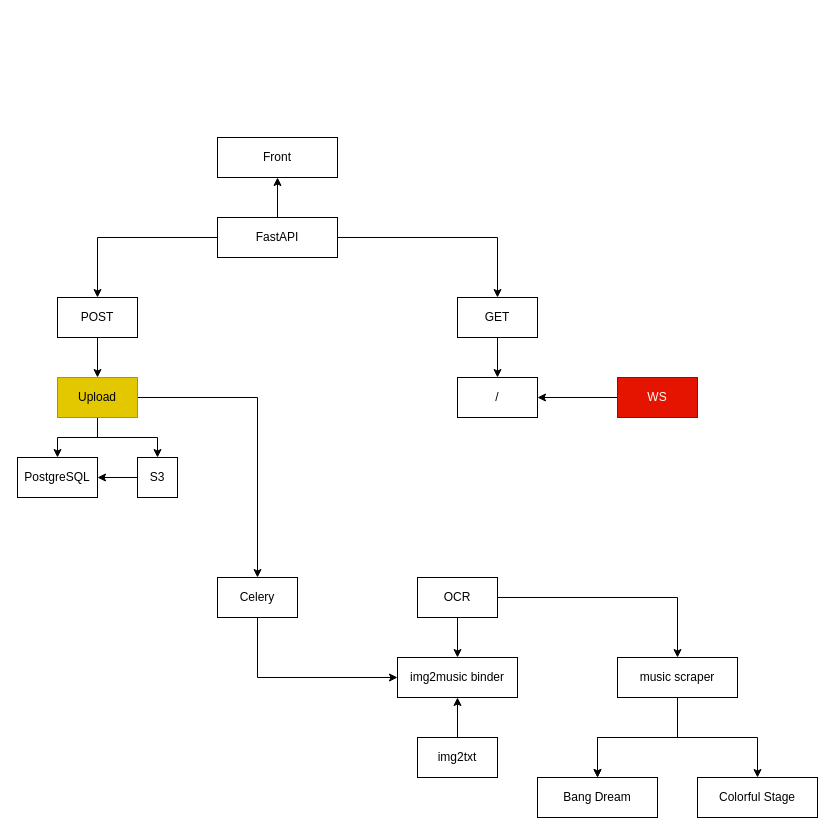
The draw.io diagram page "Overview" (1 of 2) of data/Diagram.drawio in aintp3d0/GameProfile, before the edit. Source tidied: cells renumbered, new cells numbered last; positions are measured from the earlier drawing's top-left corner, leaving out a move shared by most shapes. Both pictures are drawn from the tidied source at 100%, with x=0, y=0 at pixel (17, 137).
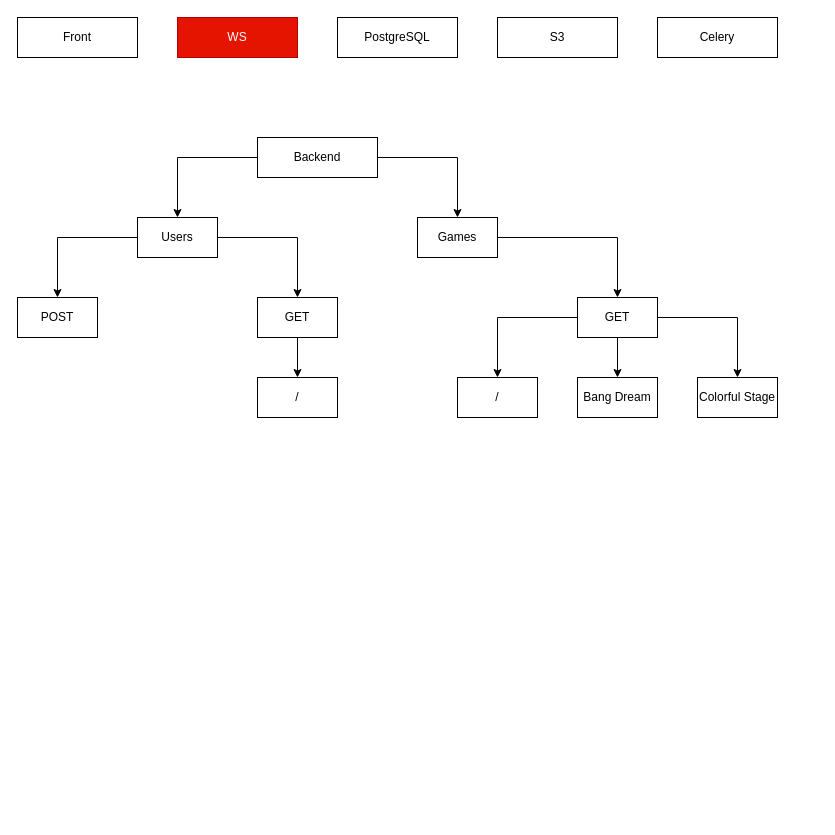
Above is the later version.

The edit, as a diff of the source:
```diff
@@
-    <mxCell id="2" style="edgeStyle=orthogonalEdgeStyle;rounded=0;jettySize=auto;html=1;" parent="1" edge="1" source="5" target="6">
-      <mxGeometry relative="1" as="geometry" />
-    </mxCell>
-    <mxCell id="3" style="edgeStyle=orthogonalEdgeStyle;rounded=0;jettySize=auto;html=1;" parent="1" edge="1" source="5" target="13">
-      <mxGeometry relative="1" as="geometry" />
-    </mxCell>
-    <mxCell id="4" style="edgeStyle=orthogonalEdgeStyle;rounded=0;jettySize=auto;html=1;" parent="1" edge="1" source="5" target="25">
-      <mxGeometry relative="1" as="geometry" />
-    </mxCell>
+    <mxCell id="35" style="edgeStyle=orthogonalEdgeStyle;rounded=0;jettySize=auto;html=1;" parent="1" edge="1" source="5" target="41">
+      <mxGeometry relative="1" as="geometry" />
+    </mxCell>
+    <mxCell id="36" style="edgeStyle=orthogonalEdgeStyle;rounded=0;jettySize=auto;html=1;" parent="1" edge="1" source="5" target="38">
+      <mxGeometry relative="1" as="geometry" />
+    </mxCell>
-    <mxCell id="5" value="FastAPI" style="rounded=0;whiteSpace=wrap;html=1;" parent="1" vertex="1">
-      <mxGeometry x="200" y="80" width="120" height="40" as="geometry" />
+    <mxCell id="5" value="&lt;div&gt;Backend&lt;/div&gt;" style="rounded=0;whiteSpace=wrap;html=1;" parent="1" vertex="1">
+      <mxGeometry x="240" width="120" height="40" as="geometry" />
     </mxCell>
     <mxCell id="6" value="Front" style="rounded=0;whiteSpace=wrap;html=1;" parent="1" vertex="1">
-      <mxGeometry x="200" width="120" height="40" as="geometry" />
+      <mxGeometry y="-120" width="120" height="40" as="geometry" />
     </mxCell>
-    <mxCell id="7" style="edgeStyle=orthogonalEdgeStyle;rounded=0;jettySize=auto;html=1;" parent="1" edge="1" source="8" target="23">
-      <mxGeometry relative="1" as="geometry">
-        <Array as="points">
-          <mxPoint x="240" y="540" />
-        </Array>
-      </mxGeometry>
-    </mxCell>
     <mxCell id="8" value="Celery" style="rounded=0;whiteSpace=wrap;html=1;" parent="1" vertex="1">
-      <mxGeometry x="200" y="440" width="80" height="40" as="geometry" />
+      <mxGeometry x="640" y="-120" width="120" height="40" as="geometry" />
     </mxCell>
     <mxCell id="9" value="PostgreSQL" style="rounded=0;whiteSpace=wrap;html=1;" parent="1" vertex="1">
-      <mxGeometry y="320" width="80" height="40" as="geometry" />
+      <mxGeometry x="320" y="-120" width="120" height="40" as="geometry" />
     </mxCell>
-    <mxCell id="10" style="edgeStyle=orthogonalEdgeStyle;rounded=0;jettySize=auto;html=1;" parent="1" edge="1" source="11" target="9">
-      <mxGeometry relative="1" as="geometry" />
-    </mxCell>
     <mxCell id="11" value="S3" style="rounded=0;whiteSpace=wrap;html=1;" parent="1" vertex="1">
-      <mxGeometry x="120" y="320" width="40" height="40" as="geometry" />
+      <mxGeometry x="480" y="-120" width="120" height="40" as="geometry" />
     </mxCell>
-    <mxCell id="12" style="edgeStyle=orthogonalEdgeStyle;rounded=0;jettySize=auto;html=1;" parent="1" edge="1" source="13" target="17">
-      <mxGeometry relative="1" as="geometry" />
-    </mxCell>
     <mxCell id="13" value="POST" style="whiteSpace=wrap;html=1;rounded=0;" parent="1" vertex="1">
-      <mxGeometry x="40" y="160" width="80" height="40" as="geometry" />
+      <mxGeometry y="160" width="80" height="40" as="geometry" />
     </mxCell>
-    <mxCell id="14" style="edgeStyle=orthogonalEdgeStyle;rounded=0;jettySize=auto;html=1;" parent="1" edge="1" source="17" target="9">
-      <mxGeometry relative="1" as="geometry" />
-    </mxCell>
-    <mxCell id="15" style="edgeStyle=orthogonalEdgeStyle;rounded=0;jettySize=auto;html=1;" parent="1" edge="1" source="17" target="11">
-      <mxGeometry relative="1" as="geometry" />
-    </mxCell>
-    <mxCell id="16" style="edgeStyle=orthogonalEdgeStyle;rounded=0;jettySize=auto;html=1;" parent="1" edge="1" source="17" target="8">
-      <mxGeometry relative="1" as="geometry" />
-    </mxCell>
-    <mxCell id="17" value="Upload" style="whiteSpace=wrap;html=1;rounded=0;fillColor=#e3c800;fontColor=#000000;strokeColor=#B09500;" parent="1" vertex="1">
-      <mxGeometry x="40" y="240" width="80" height="40" as="geometry" />
-    </mxCell>
-    <mxCell id="18" style="edgeStyle=orthogonalEdgeStyle;rounded=0;jettySize=auto;html=1;" parent="1" edge="1" source="20" target="23">
-      <mxGeometry relative="1" as="geometry" />
-    </mxCell>
-    <mxCell id="19" style="edgeStyle=orthogonalEdgeStyle;rounded=0;jettySize=auto;html=1;" parent="1" edge="1" source="20" target="32">
-      <mxGeometry relative="1" as="geometry" />
-    </mxCell>
-    <mxCell id="20" value="OCR" style="rounded=0;whiteSpace=wrap;html=1;" parent="1" vertex="1">
-      <mxGeometry x="400" y="440" width="80" height="40" as="geometry" />
-    </mxCell>
-    <mxCell id="21" style="edgeStyle=orthogonalEdgeStyle;rounded=0;jettySize=auto;html=1;" parent="1" edge="1" source="22" target="23">
-      <mxGeometry relative="1" as="geometry" />
-    </mxCell>
-    <mxCell id="22" value="img2txt" style="whiteSpace=wrap;html=1;rounded=0;" parent="1" vertex="1">
-      <mxGeometry x="400" y="600" width="80" height="40" as="geometry" />
-    </mxCell>
-    <mxCell id="23" value="img2music binder" style="whiteSpace=wrap;html=1;rounded=0;" parent="1" vertex="1">
-      <mxGeometry x="380" y="520" width="120" height="40" as="geometry" />
-    </mxCell>
@@
     <mxCell id="25" value="GET" style="whiteSpace=wrap;html=1;rounded=0;" parent="1" vertex="1">
-      <mxGeometry x="440" y="160" width="80" height="40" as="geometry" />
+      <mxGeometry x="240" y="160" width="80" height="40" as="geometry" />
     </mxCell>
     <mxCell id="26" value="/" style="whiteSpace=wrap;html=1;rounded=0;" parent="1" vertex="1">
-      <mxGeometry x="440" y="240" width="80" height="40" as="geometry" />
+      <mxGeometry x="240" y="240" width="80" height="40" as="geometry" />
     </mxCell>
-    <mxCell id="27" style="edgeStyle=orthogonalEdgeStyle;rounded=0;jettySize=auto;html=1;" parent="1" edge="1" source="28" target="26">
-      <mxGeometry relative="1" as="geometry" />
-    </mxCell>
     <mxCell id="28" value="WS" style="whiteSpace=wrap;html=1;rounded=0;fillColor=#e51400;fontColor=#ffffff;strokeColor=#B20000;" parent="1" vertex="1">
-      <mxGeometry x="600" y="240" width="80" height="40" as="geometry" />
+      <mxGeometry x="160" y="-120" width="120" height="40" as="geometry" />
     </mxCell>
-    <mxCell id="29" style="edgeStyle=orthogonalEdgeStyle;rounded=0;jettySize=auto;html=1;" parent="1" edge="1" source="32" target="33">
-      <mxGeometry relative="1" as="geometry" />
-    </mxCell>
-    <mxCell id="30" style="edgeStyle=orthogonalEdgeStyle;rounded=0;jettySize=auto;html=1;" parent="1" edge="1" source="32" target="33">
-      <mxGeometry relative="1" as="geometry" />
-    </mxCell>
-    <mxCell id="31" style="edgeStyle=orthogonalEdgeStyle;rounded=0;jettySize=auto;html=1;" parent="1" edge="1" source="32" target="34">
-      <mxGeometry relative="1" as="geometry" />
-    </mxCell>
-    <mxCell id="32" value="music scraper" style="whiteSpace=wrap;html=1;rounded=0;" parent="1" vertex="1">
-      <mxGeometry x="600" y="520" width="120" height="40" as="geometry" />
-    </mxCell>
     <mxCell id="33" value="Bang Dream" style="whiteSpace=wrap;html=1;rounded=0;" parent="1" vertex="1">
-      <mxGeometry x="520" y="640" width="120" height="40" as="geometry" />
+      <mxGeometry x="560" y="240" width="80" height="40" as="geometry" />
     </mxCell>
     <mxCell id="34" value="Colorful Stage" style="whiteSpace=wrap;html=1;rounded=0;" parent="1" vertex="1">
-      <mxGeometry x="680" y="640" width="120" height="40" as="geometry" />
+      <mxGeometry x="680" y="240" width="80" height="40" as="geometry" />
     </mxCell>
+    <mxCell id="37" style="edgeStyle=orthogonalEdgeStyle;rounded=0;jettySize=auto;html=1;" parent="1" edge="1" source="38" target="45">
+      <mxGeometry relative="1" as="geometry" />
+    </mxCell>
+    <mxCell id="38" value="Games" style="whiteSpace=wrap;html=1;rounded=0;" parent="1" vertex="1">
+      <mxGeometry x="400" y="80" width="80" height="40" as="geometry" />
+    </mxCell>
+    <mxCell id="39" style="edgeStyle=orthogonalEdgeStyle;rounded=0;jettySize=auto;html=1;" parent="1" edge="1" source="41" target="25">
+      <mxGeometry relative="1" as="geometry" />
+    </mxCell>
+    <mxCell id="40" style="edgeStyle=orthogonalEdgeStyle;rounded=0;jettySize=auto;html=1;" parent="1" edge="1" source="41" target="13">
+      <mxGeometry relative="1" as="geometry" />
+    </mxCell>
+    <mxCell id="41" value="Users" style="whiteSpace=wrap;html=1;rounded=0;" parent="1" vertex="1">
+      <mxGeometry x="120" y="80" width="80" height="40" as="geometry" />
+    </mxCell>
+    <mxCell id="42" style="edgeStyle=orthogonalEdgeStyle;rounded=0;jettySize=auto;html=1;" parent="1" edge="1" source="45" target="46">
+      <mxGeometry relative="1" as="geometry" />
+    </mxCell>
+    <mxCell id="43" style="edgeStyle=orthogonalEdgeStyle;rounded=0;jettySize=auto;html=1;" parent="1" edge="1" source="45" target="33">
+      <mxGeometry relative="1" as="geometry" />
+    </mxCell>
+    <mxCell id="44" style="edgeStyle=orthogonalEdgeStyle;rounded=0;jettySize=auto;html=1;" parent="1" edge="1" source="45" target="34">
+      <mxGeometry relative="1" as="geometry" />
+    </mxCell>
+    <mxCell id="45" value="GET" style="whiteSpace=wrap;html=1;rounded=0;" parent="1" vertex="1">
+      <mxGeometry x="560" y="160" width="80" height="40" as="geometry" />
+    </mxCell>
+    <mxCell id="46" value="/" style="whiteSpace=wrap;html=1;rounded=0;" parent="1" vertex="1">
+      <mxGeometry x="440" y="240" width="80" height="40" as="geometry" />
+    </mxCell>
```
